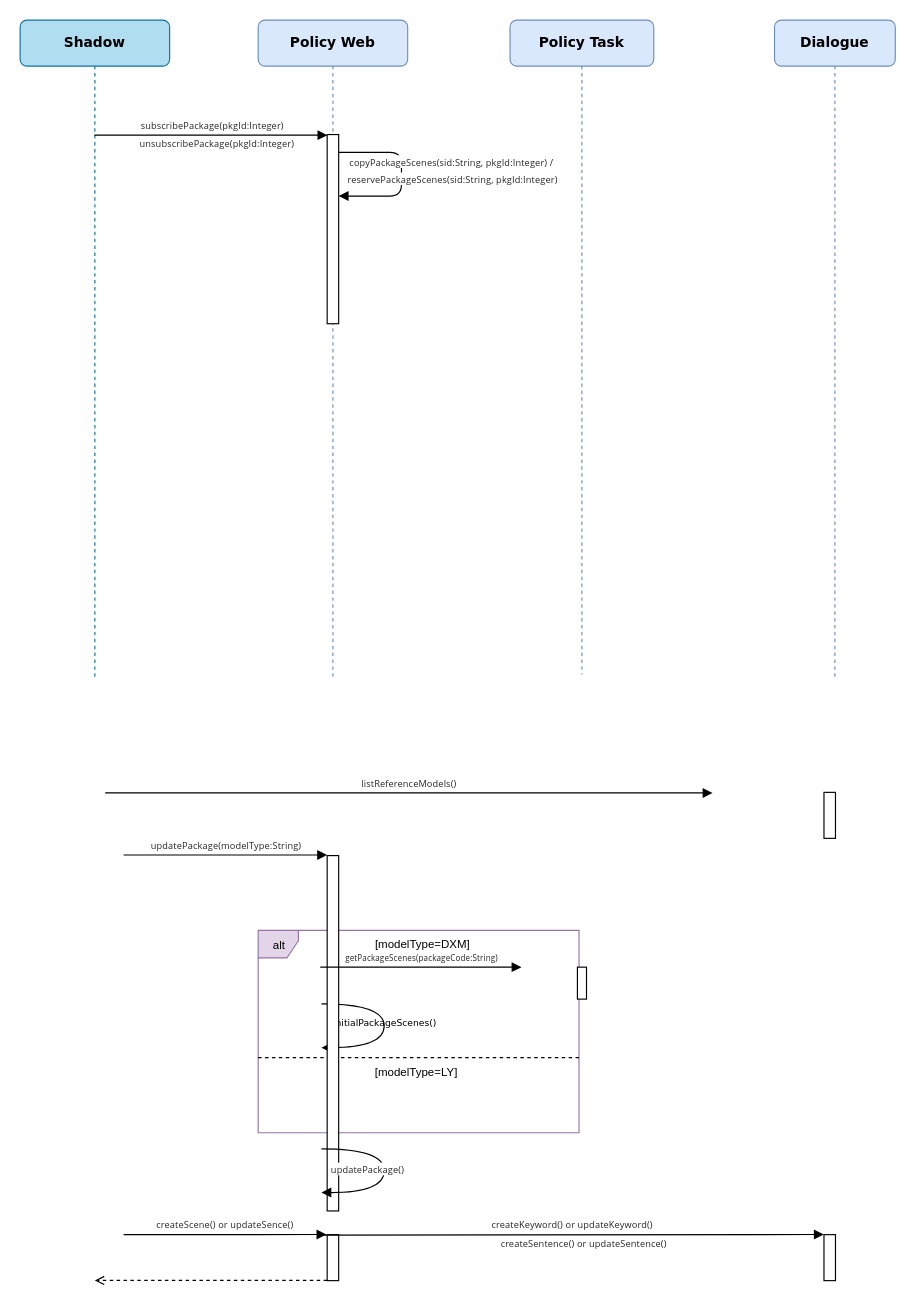
GeekKwok/UML keeps this draw.io diagram as leyan/dxm/Sequence Diagram 4.drawio. Above is the earlier version. Source tidied: cells renumbered, new cells numbered last; positions are measured from the earlier drawing's top-left corner, leaving out a move shared by most shapes. Both pictures are drawn from the tidied source at 115%, with x=0, y=0 at pixel (20, 20).
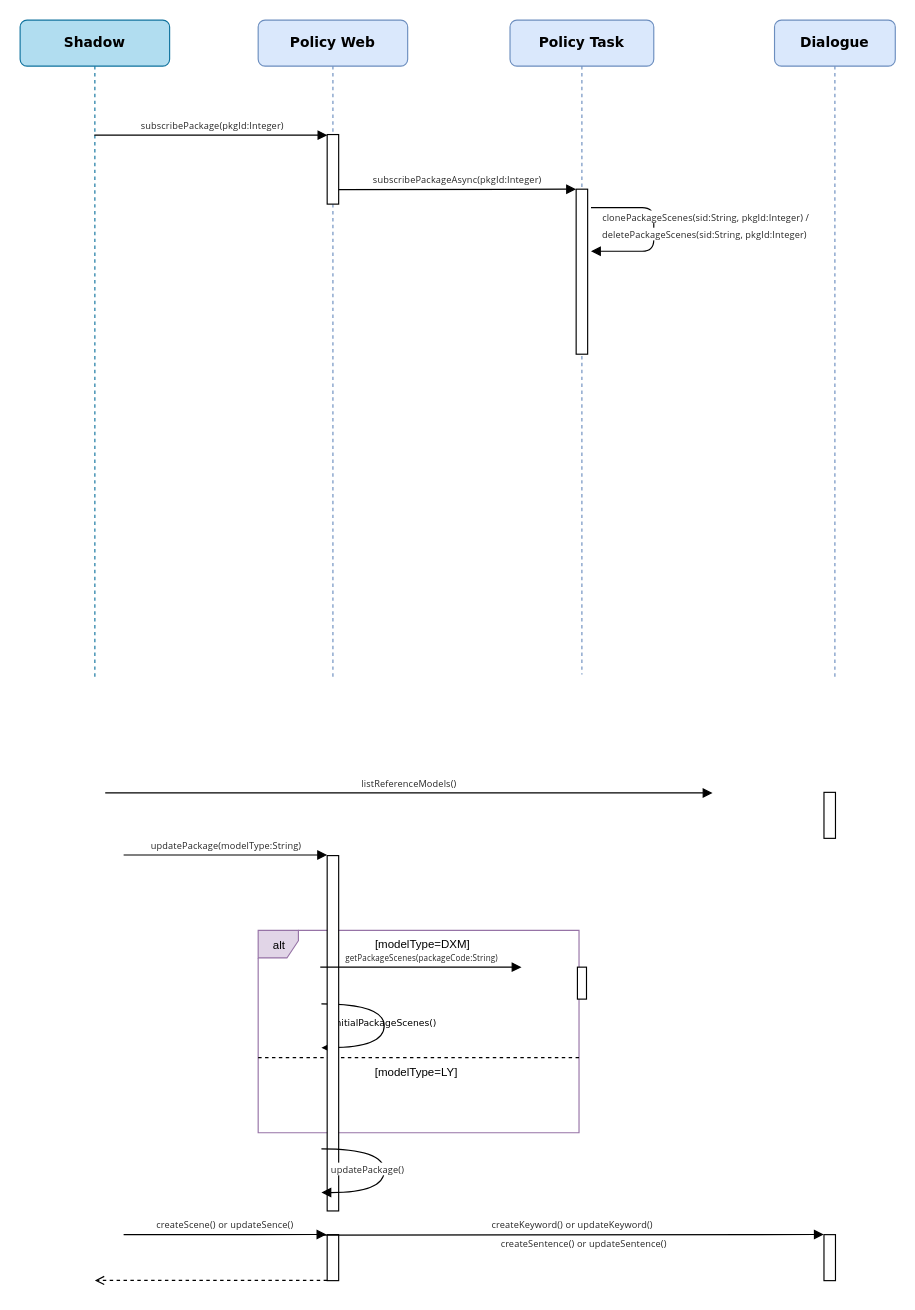
The same diagram, later.

Unchanged cells that the change refers to:
```xml
<mxCell id="8" value="&lt;b&gt;Policy Web&lt;/b&gt;" style="shape=umlLifeline;perimeter=lifelinePerimeter;whiteSpace=wrap;html=1;rounded=1;shadow=0;comic=0;labelBackgroundColor=none;strokeWidth=1;fontFamily=Verdana;fontSize=12;align=center;fillColor=#dae8fc;strokeColor=#6c8ebf;" parent="1" vertex="1">
  <mxGeometry x="207" width="130" height="572" as="geometry" />
</mxCell>
<mxCell id="14" value="&lt;font color=&quot;#262626&quot; face=&quot;chinese quote, segoe ui, roboto, pingfang sc, hiragino sans gb, microsoft yahei, helvetica neue, helvetica, arial, sans-serif, apple color emoji&quot;&gt;&lt;span style=&quot;font-size: 8px ; letter-spacing: 0.12px ; background-color: rgb(255 , 255 , 255)&quot;&gt;subscribePackage(pkgId:Integer)&lt;/span&gt;&lt;/font&gt;" style="html=1;verticalAlign=bottom;endArrow=block;labelBackgroundColor=none;fontFamily=Verdana;fontSize=12;edgeStyle=elbowEdgeStyle;elbow=vertical;entryX=0.021;entryY=0;entryDx=0;entryDy=0;entryPerimeter=0;" parent="1" edge="1" source="7" target="9">
  <mxGeometry relative="1" as="geometry" />
</mxCell>
<mxCell id="20" value="&lt;b&gt;Policy Task&lt;/b&gt;&lt;b&gt;&lt;br&gt;&lt;/b&gt;" style="shape=umlLifeline;perimeter=lifelinePerimeter;whiteSpace=wrap;html=1;rounded=1;shadow=0;comic=0;labelBackgroundColor=none;strokeWidth=1;fontFamily=Verdana;fontSize=12;align=center;fillColor=#dae8fc;strokeColor=#6c8ebf;" parent="1" vertex="1">
  <mxGeometry x="426" width="125" height="569" as="geometry" />
</mxCell>
```

The edit, as a diff of the source:
```diff
@@
     <mxCell id="9" style="html=1;points=[];perimeter=orthogonalPerimeter;rounded=0;shadow=0;comic=0;labelBackgroundColor=none;strokeWidth=1;fontFamily=Verdana;fontSize=12;align=center;" parent="8" vertex="1">
-      <mxGeometry x="60" y="99.5" width="10" height="164.5" as="geometry" />
+      <mxGeometry x="60" y="99.5" width="10" height="60.5" as="geometry" />
     </mxCell>
@@
-    <mxCell id="15" value="&lt;span style=&quot;color: rgb(38 , 38 , 38) ; font-family: &amp;#34;chinese quote&amp;#34; , &amp;#34;segoe ui&amp;#34; , &amp;#34;roboto&amp;#34; , &amp;#34;pingfang sc&amp;#34; , &amp;#34;hiragino sans gb&amp;#34; , &amp;#34;microsoft yahei&amp;#34; , &amp;#34;helvetica neue&amp;#34; , &amp;#34;helvetica&amp;#34; , &amp;#34;arial&amp;#34; , sans-serif , &amp;#34;apple color emoji&amp;#34; ; letter-spacing: 0.12px&quot;&gt;unsubscribePackage(pkgId:Integer)&lt;/span&gt;" style="edgeLabel;html=1;align=center;verticalAlign=middle;fontSize=8;" parent="14" vertex="1">
-      <mxGeometry x="0.07" relative="1" as="geometry">
-        <mxPoint x="-3" y="7" as="offset" />
-      </mxGeometry>
-    </mxCell>
@@
+    <mxCell id="28" style="html=1;points=[];perimeter=orthogonalPerimeter;rounded=0;shadow=0;comic=0;labelBackgroundColor=none;strokeWidth=1;fontFamily=Verdana;fontSize=12;align=center;" parent="20" vertex="1">
+      <mxGeometry x="57.5" y="147" width="10" height="143.5" as="geometry" />
+    </mxCell>
@@
-    <mxCell id="27" value="&lt;span style=&quot;color: rgb(38 , 38 , 38) ; font-family: &amp;#34;chinese quote&amp;#34; , &amp;#34;segoe ui&amp;#34; , &amp;#34;roboto&amp;#34; , &amp;#34;pingfang sc&amp;#34; , &amp;#34;hiragino sans gb&amp;#34; , &amp;#34;microsoft yahei&amp;#34; , &amp;#34;helvetica neue&amp;#34; , &amp;#34;helvetica&amp;#34; , &amp;#34;arial&amp;#34; , sans-serif , &amp;#34;apple color emoji&amp;#34; ; font-size: 8px ; letter-spacing: 0.12px ; background-color: rgb(255 , 255 , 255)&quot;&gt;copyPackageScenes(sid:String, pkgId:Integer) /&amp;nbsp;&lt;br&gt;&lt;/span&gt;&lt;span style=&quot;color: rgb(38 , 38 , 38) ; font-family: &amp;#34;chinese quote&amp;#34; , &amp;#34;segoe ui&amp;#34; , &amp;#34;roboto&amp;#34; , &amp;#34;pingfang sc&amp;#34; , &amp;#34;hiragino sans gb&amp;#34; , &amp;#34;microsoft yahei&amp;#34; , &amp;#34;helvetica neue&amp;#34; , &amp;#34;helvetica&amp;#34; , &amp;#34;arial&amp;#34; , sans-serif , &amp;#34;apple color emoji&amp;#34; ; font-size: 8px ; letter-spacing: 0.12px ; background-color: rgb(255 , 255 , 255)&quot;&gt;reservePackageScenes(sid:String, pkgId:Integer)&lt;/span&gt;&lt;span style=&quot;color: rgb(38 , 38 , 38) ; font-family: &amp;#34;chinese quote&amp;#34; , &amp;#34;segoe ui&amp;#34; , &amp;#34;roboto&amp;#34; , &amp;#34;pingfang sc&amp;#34; , &amp;#34;hiragino sans gb&amp;#34; , &amp;#34;microsoft yahei&amp;#34; , &amp;#34;helvetica neue&amp;#34; , &amp;#34;helvetica&amp;#34; , &amp;#34;arial&amp;#34; , sans-serif , &amp;#34;apple color emoji&amp;#34; ; font-size: 8px ; letter-spacing: 0.12px ; background-color: rgb(255 , 255 , 255)&quot;&gt;&lt;br&gt;&lt;/span&gt;" style="html=1;verticalAlign=bottom;endArrow=block;labelBackgroundColor=none;fontFamily=Verdana;fontSize=12;elbow=vertical;edgeStyle=orthogonalEdgeStyle;exitX=1.038;exitY=0.345;exitPerimeter=0;rounded=1;" parent="1" edge="1">
+    <mxCell id="27" value="&lt;span style=&quot;color: rgb(38 , 38 , 38) ; font-family: &amp;#34;chinese quote&amp;#34; , &amp;#34;segoe ui&amp;#34; , &amp;#34;roboto&amp;#34; , &amp;#34;pingfang sc&amp;#34; , &amp;#34;hiragino sans gb&amp;#34; , &amp;#34;microsoft yahei&amp;#34; , &amp;#34;helvetica neue&amp;#34; , &amp;#34;helvetica&amp;#34; , &amp;#34;arial&amp;#34; , sans-serif , &amp;#34;apple color emoji&amp;#34; ; font-size: 8px ; letter-spacing: 0.12px ; background-color: rgb(255 , 255 , 255)&quot;&gt;&amp;nbsp; clonePackageScenes(sid:String, pkgId:Integer) /&amp;nbsp;&lt;br&gt;&lt;/span&gt;&lt;span style=&quot;color: rgb(38 , 38 , 38) ; font-family: &amp;#34;chinese quote&amp;#34; , &amp;#34;segoe ui&amp;#34; , &amp;#34;roboto&amp;#34; , &amp;#34;pingfang sc&amp;#34; , &amp;#34;hiragino sans gb&amp;#34; , &amp;#34;microsoft yahei&amp;#34; , &amp;#34;helvetica neue&amp;#34; , &amp;#34;helvetica&amp;#34; , &amp;#34;arial&amp;#34; , sans-serif , &amp;#34;apple color emoji&amp;#34; ; font-size: 8px ; letter-spacing: 0.12px ; background-color: rgb(255 , 255 , 255)&quot;&gt;deletePackageScenes(sid:String, pkgId:Integer)&lt;/span&gt;&lt;span style=&quot;color: rgb(38 , 38 , 38) ; font-family: &amp;#34;chinese quote&amp;#34; , &amp;#34;segoe ui&amp;#34; , &amp;#34;roboto&amp;#34; , &amp;#34;pingfang sc&amp;#34; , &amp;#34;hiragino sans gb&amp;#34; , &amp;#34;microsoft yahei&amp;#34; , &amp;#34;helvetica neue&amp;#34; , &amp;#34;helvetica&amp;#34; , &amp;#34;arial&amp;#34; , sans-serif , &amp;#34;apple color emoji&amp;#34; ; font-size: 8px ; letter-spacing: 0.12px ; background-color: rgb(255 , 255 , 255)&quot;&gt;&lt;br&gt;&lt;/span&gt;" style="html=1;verticalAlign=bottom;endArrow=block;labelBackgroundColor=none;fontFamily=Verdana;fontSize=12;elbow=vertical;edgeStyle=orthogonalEdgeStyle;exitX=1.038;exitY=0.345;exitPerimeter=0;rounded=1;" parent="1" edge="1">
       <mxGeometry x="0.18" y="44" relative="1" as="geometry">
-        <mxPoint x="277" y="115" as="sourcePoint" />
-        <mxPoint x="277" y="153" as="targetPoint" />
+        <mxPoint x="496.4" y="163" as="sourcePoint" />
+        <mxPoint x="496.4" y="201" as="targetPoint" />
         <Array as="points">
-          <mxPoint x="331.6" y="114.9" />
-          <mxPoint x="331.6" y="152.9" />
+          <mxPoint x="551" y="162.9" />
+          <mxPoint x="551" y="200.9" />
         </Array>
       </mxGeometry>
     </mxCell>
+    <mxCell id="29" value="&lt;font color=&quot;#262626&quot; face=&quot;chinese quote, segoe ui, roboto, pingfang sc, hiragino sans gb, microsoft yahei, helvetica neue, helvetica, arial, sans-serif, apple color emoji&quot;&gt;&lt;span style=&quot;font-size: 8px ; letter-spacing: 0.12px ; background-color: rgb(255 , 255 , 255)&quot;&gt;subscribePackageAsync(pkgId:Integer)&lt;/span&gt;&lt;/font&gt;" style="html=1;verticalAlign=bottom;endArrow=block;labelBackgroundColor=none;fontFamily=Verdana;fontSize=12;edgeStyle=elbowEdgeStyle;elbow=vertical;entryX=-0.009;entryY=0.001;entryDx=0;entryDy=0;entryPerimeter=0;exitX=1.014;exitY=0.792;exitDx=0;exitDy=0;exitPerimeter=0;" parent="1" edge="1" source="9" target="28">
+      <mxGeometry relative="1" as="geometry" />
+    </mxCell>
```
